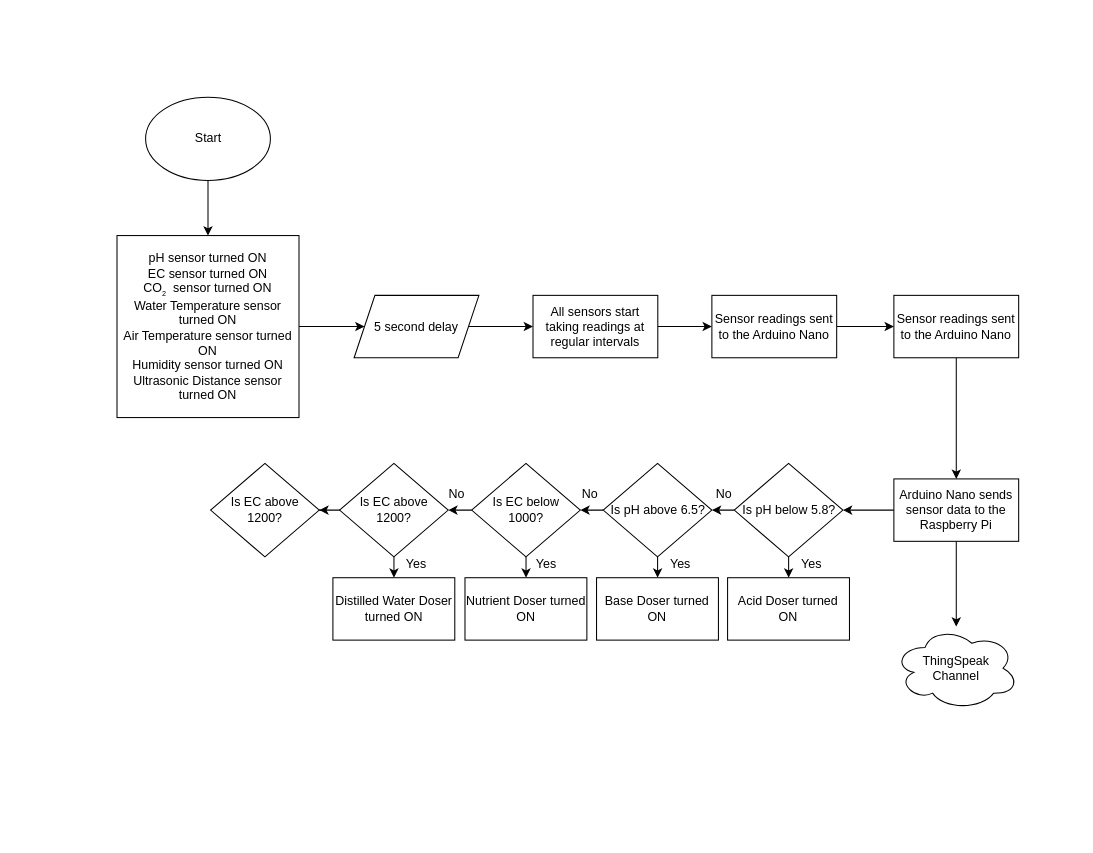
MSIChowdhury/Design-of-an-IoT-enabled-Scalable-Closed-Hydroponics-System-with-Intelligent-Parameter-Control-and-P keeps this draw.io diagram as page "Page-2" (2 of 2) of Figures for the Report/Flow Chart for Automated System.drawio. Above is the earlier version. Source tidied: cells renumbered, new cells numbered last; positions are measured from the earlier drawing's top-left corner, leaving out a move shared by most shapes. Both pictures are drawn from the tidied source at 104%, with x=0, y=0 at pixel (116, 97).
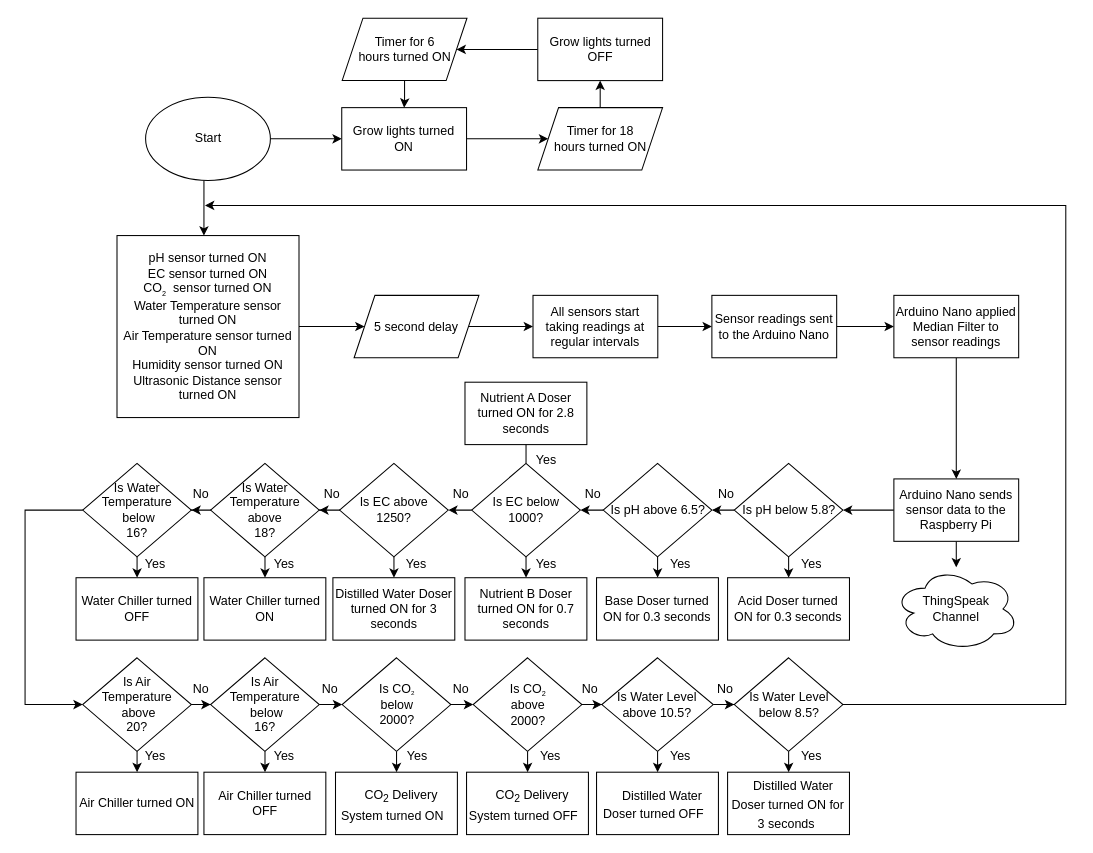
After the change.

The change refers to these unchanged cells:
```xml
<mxCell id="3" value="Start" style="ellipse;whiteSpace=wrap;html=1;" parent="1" vertex="1">
  <mxGeometry x="27.5" width="120" height="80" as="geometry" />
</mxCell>
<mxCell id="5" value="pH sensor turned ON&lt;br&gt;EC sensor turned ON&lt;br&gt;CO&lt;sub style=&quot;font-size: 7px;&quot;&gt;2&lt;/sub&gt;&lt;font style=&quot;font-size: 12px;&quot;&gt;&amp;nbsp;&lt;/font&gt;&lt;font style=&quot;font-size: 12px;&quot;&gt;&amp;nbsp;sensor turned ON&lt;br&gt;Water Temperature sensor turned ON&lt;br&gt;Air Temperature sensor turned ON&lt;br&gt;Humidity sensor turned ON&lt;br&gt;Ultrasonic Distance sensor turned ON&lt;br&gt;&lt;/font&gt;" style="whiteSpace=wrap;html=1;" parent="1" vertex="1">
  <mxGeometry y="133" width="175" height="175" as="geometry" />
</mxCell>
<mxCell id="28" value="Is EC below &lt;br&gt;1000?" style="rhombus;whiteSpace=wrap;html=1;" parent="1" vertex="1">
  <mxGeometry x="341" y="352" width="104.5" height="90" as="geometry" />
</mxCell>
```

The edit, as a diff of the source:
```diff
@@
-    <mxCell id="2" style="edgeStyle=orthogonalEdgeStyle;rounded=0;jettySize=auto;html=1;" parent="1" edge="1" source="3" target="5">
-      <mxGeometry relative="1" as="geometry" />
+    <mxCell id="2" style="edgeStyle=orthogonalEdgeStyle;rounded=0;orthogonalLoop=1;jettySize=auto;html=1;" parent="1" edge="1">
+      <mxGeometry relative="1" as="geometry">
+        <mxPoint x="83.6" y="80" as="sourcePoint" />
+        <mxPoint x="83.6" y="133" as="targetPoint" />
+      </mxGeometry>
     </mxCell>
+    <mxCell id="42" style="edgeStyle=orthogonalEdgeStyle;rounded=0;jettySize=auto;html=1;" parent="1" edge="1" source="3" target="96">
+      <mxGeometry relative="1" as="geometry" />
+    </mxCell>
@@
-    <mxCell id="13" value="Sensor readings sent to the Arduino Nano" style="rounded=0;whiteSpace=wrap;html=1;" parent="1" vertex="1">
+    <mxCell id="13" value="Arduino Nano applied Median Filter to sensor readings" style="rounded=0;whiteSpace=wrap;html=1;" parent="1" vertex="1">
       <mxGeometry x="747" y="190.5" width="120" height="60" as="geometry" />
     </mxCell>
@@
     <mxCell id="17" value="ThingSpeak &lt;br&gt;Channel" style="ellipse;shape=cloud;whiteSpace=wrap;html=1;" parent="1" vertex="1">
-      <mxGeometry x="747" y="509" width="120" height="80" as="geometry" />
+      <mxGeometry x="747" y="452" width="120" height="80" as="geometry" />
     </mxCell>
@@
-    <mxCell id="21" value="Acid Doser turned ON" style="rounded=0;whiteSpace=wrap;html=1;" parent="1" vertex="1">
+    <mxCell id="21" value="Acid Doser turned ON for 0.3 seconds" style="rounded=0;whiteSpace=wrap;html=1;" parent="1" vertex="1">
       <mxGeometry x="587.1" y="462" width="117.2" height="60" as="geometry" />
     </mxCell>
@@
-    <mxCell id="25" value="Base Doser turned ON" style="rounded=0;whiteSpace=wrap;html=1;" parent="1" vertex="1">
+    <mxCell id="25" value="Base Doser turned ON&amp;nbsp;for 0.3 seconds" style="rounded=0;whiteSpace=wrap;html=1;" parent="1" vertex="1">
       <mxGeometry x="461.1" y="462" width="117.2" height="60" as="geometry" />
     </mxCell>
@@
+    <mxCell id="43" style="edgeStyle=orthogonalEdgeStyle;rounded=0;jettySize=auto;html=1;" parent="1" edge="1" source="28" target="82">
+      <mxGeometry relative="1" as="geometry" />
+    </mxCell>
@@
-    <mxCell id="29" value="Nutrient Doser turned ON" style="rounded=0;whiteSpace=wrap;html=1;" parent="1" vertex="1">
+    <mxCell id="29" value="&lt;br&gt;Nutrient B Doser turned ON&amp;nbsp;for 0.7 seconds&lt;br&gt;&amp;nbsp;" style="rounded=0;whiteSpace=wrap;html=1;" parent="1" vertex="1">
       <mxGeometry x="334.6" y="462" width="117.2" height="60" as="geometry" />
     </mxCell>
@@
-    <mxCell id="32" value="Is EC above&lt;br&gt;1200?" style="rhombus;whiteSpace=wrap;html=1;" parent="1" vertex="1">
+    <mxCell id="32" value="Is EC above&lt;br&gt;1250?" style="rhombus;whiteSpace=wrap;html=1;" parent="1" vertex="1">
       <mxGeometry x="214" y="352" width="104.5" height="90" as="geometry" />
     </mxCell>
@@
     <mxCell id="34" value="No" style="text;html=1;strokeColor=none;fillColor=none;align=center;verticalAlign=middle;whiteSpace=wrap;rounded=0;" parent="1" vertex="1">
-      <mxGeometry x="554" y="367" width="60" height="30" as="geometry" />
+      <mxGeometry x="556" y="367" width="60" height="30" as="geometry" />
     </mxCell>
     <mxCell id="35" value="No" style="text;html=1;strokeColor=none;fillColor=none;align=center;verticalAlign=middle;whiteSpace=wrap;rounded=0;" parent="1" vertex="1">
-      <mxGeometry x="425" y="367" width="60" height="30" as="geometry" />
+      <mxGeometry x="428" y="367" width="60" height="30" as="geometry" />
     </mxCell>
     <mxCell id="36" value="No" style="text;html=1;strokeColor=none;fillColor=none;align=center;verticalAlign=middle;whiteSpace=wrap;rounded=0;" parent="1" vertex="1">
-      <mxGeometry x="297" y="367" width="60" height="30" as="geometry" />
+      <mxGeometry x="301" y="367" width="60" height="30" as="geometry" />
     </mxCell>
@@
-    <mxCell id="39" value="Distilled Water Doser turned ON" style="rounded=0;whiteSpace=wrap;html=1;" parent="1" vertex="1">
+    <mxCell id="39" value="Distilled Water Doser turned ON for 3 seconds" style="rounded=0;whiteSpace=wrap;html=1;" parent="1" vertex="1">
       <mxGeometry x="207.6" y="462" width="117.2" height="60" as="geometry" />
     </mxCell>
@@
+    <mxCell id="44" style="edgeStyle=orthogonalEdgeStyle;rounded=0;jettySize=auto;html=1;" parent="1" edge="1" source="41" target="46">
+      <mxGeometry relative="1" as="geometry" />
+    </mxCell>
+    <mxCell id="45" style="edgeStyle=orthogonalEdgeStyle;rounded=0;jettySize=auto;html=1;" parent="1" edge="1" source="41" target="50">
+      <mxGeometry relative="1" as="geometry" />
+    </mxCell>
-    <mxCell id="41" value="Is EC above&lt;br&gt;1200?" style="rhombus;whiteSpace=wrap;html=1;" parent="1" vertex="1">
+    <mxCell id="41" value="Is Water Temperature above&lt;br&gt;18?" style="rhombus;whiteSpace=wrap;html=1;" parent="1" vertex="1">
       <mxGeometry x="90" y="352" width="104.5" height="90" as="geometry" />
     </mxCell>
+    <mxCell id="46" value="Water Chiller turned ON" style="rounded=0;whiteSpace=wrap;html=1;" parent="1" vertex="1">
+      <mxGeometry x="83.6" y="462" width="117.2" height="60" as="geometry" />
+    </mxCell>
+    <mxCell id="47" value="Yes" style="text;html=1;strokeColor=none;fillColor=none;align=center;verticalAlign=middle;whiteSpace=wrap;rounded=0;" parent="1" vertex="1">
+      <mxGeometry x="131" y="434" width="60" height="30" as="geometry" />
+    </mxCell>
+    <mxCell id="48" value="No" style="text;html=1;strokeColor=none;fillColor=none;align=center;verticalAlign=middle;whiteSpace=wrap;rounded=0;" parent="1" vertex="1">
+      <mxGeometry x="177" y="367" width="60" height="30" as="geometry" />
+    </mxCell>
+    <mxCell id="49" style="edgeStyle=orthogonalEdgeStyle;rounded=0;jettySize=auto;html=1;" parent="1" edge="1" source="50" target="51">
+      <mxGeometry relative="1" as="geometry" />
+    </mxCell>
+    <mxCell id="50" value="Is Water Temperature&lt;br&gt;&amp;nbsp;below&lt;br&gt;16?" style="rhombus;whiteSpace=wrap;html=1;" parent="1" vertex="1">
+      <mxGeometry x="-33" y="352" width="104.5" height="90" as="geometry" />
+    </mxCell>
+    <mxCell id="51" value="Water Chiller turned OFF" style="rounded=0;whiteSpace=wrap;html=1;" parent="1" vertex="1">
+      <mxGeometry x="-39.4" y="462" width="117.2" height="60" as="geometry" />
+    </mxCell>
+    <mxCell id="52" value="No" style="text;html=1;strokeColor=none;fillColor=none;align=center;verticalAlign=middle;whiteSpace=wrap;rounded=0;" parent="1" vertex="1">
+      <mxGeometry x="51" y="367" width="60" height="30" as="geometry" />
+    </mxCell>
+    <mxCell id="53" value="Yes" style="text;html=1;strokeColor=none;fillColor=none;align=center;verticalAlign=middle;whiteSpace=wrap;rounded=0;" parent="1" vertex="1">
+      <mxGeometry x="7" y="434" width="60" height="30" as="geometry" />
+    </mxCell>
+    <mxCell id="54" style="edgeStyle=orthogonalEdgeStyle;rounded=0;jettySize=auto;html=1;" parent="1" edge="1" source="56" target="58">
+      <mxGeometry relative="1" as="geometry" />
+    </mxCell>
+    <mxCell id="55" style="edgeStyle=orthogonalEdgeStyle;rounded=0;jettySize=auto;html=1;" parent="1" edge="1" source="56" target="61">
+      <mxGeometry relative="1" as="geometry" />
+    </mxCell>
+    <mxCell id="56" value="Is Air &lt;br&gt;Temperature&lt;br&gt;&amp;nbsp;above&lt;br&gt;20?" style="rhombus;whiteSpace=wrap;html=1;" parent="1" vertex="1">
+      <mxGeometry x="-33" y="539" width="104.5" height="90" as="geometry" />
+    </mxCell>
+    <mxCell id="57" style="endArrow=classic;html=1;rounded=0;exitX=0;exitY=0.5;exitDx=0;exitDy=0;entryX=0;entryY=0.5;entryDx=0;entryDy=0;" parent="1" edge="1" source="50" target="56">
+      <mxGeometry relative="1" as="geometry">
+        <Array as="points">
+          <mxPoint x="-88.4" y="397" />
+          <mxPoint x="-88.4" y="584" />
+        </Array>
+      </mxGeometry>
+    </mxCell>
+    <mxCell id="58" value="Air Chiller turned ON" style="rounded=0;whiteSpace=wrap;html=1;" parent="1" vertex="1">
+      <mxGeometry x="-39.4" y="649" width="117.2" height="60" as="geometry" />
+    </mxCell>
+    <mxCell id="59" style="edgeStyle=orthogonalEdgeStyle;rounded=0;jettySize=auto;html=1;" parent="1" edge="1" source="61" target="62">
+      <mxGeometry relative="1" as="geometry" />
+    </mxCell>
+    <mxCell id="60" style="edgeStyle=orthogonalEdgeStyle;rounded=0;jettySize=auto;html=1;" parent="1" edge="1" source="61" target="68">
+      <mxGeometry relative="1" as="geometry" />
+    </mxCell>
+    <mxCell id="61" value="Is Air &lt;br&gt;Temperature&lt;br&gt;&amp;nbsp;below&lt;br&gt;16?" style="rhombus;whiteSpace=wrap;html=1;" parent="1" vertex="1">
+      <mxGeometry x="90" y="539" width="104.5" height="90" as="geometry" />
+    </mxCell>
+    <mxCell id="62" value="Air Chiller turned OFF" style="rounded=0;whiteSpace=wrap;html=1;" parent="1" vertex="1">
+      <mxGeometry x="83.6" y="649" width="117.2" height="60" as="geometry" />
+    </mxCell>
+    <mxCell id="63" style="edgeStyle=orthogonalEdgeStyle;rounded=0;orthogonalLoop=1;jettySize=auto;html=1;" parent="1" edge="1">
+      <mxGeometry relative="1" as="geometry">
+        <mxPoint x="266.3" y="629" as="sourcePoint" />
+      </mxGeometry>
+    </mxCell>
+    <mxCell id="64" style="edgeStyle=orthogonalEdgeStyle;rounded=0;orthogonalLoop=1;jettySize=auto;html=1;" parent="1" edge="1">
+      <mxGeometry relative="1" as="geometry">
+        <mxPoint x="318.5" y="584" as="sourcePoint" />
+      </mxGeometry>
+    </mxCell>
+    <mxCell id="65" style="edgeStyle=orthogonalEdgeStyle;rounded=0;orthogonalLoop=1;jettySize=auto;html=1;" parent="1" edge="1">
+      <mxGeometry relative="1" as="geometry">
+        <mxPoint x="393.3" y="629" as="sourcePoint" />
+      </mxGeometry>
+    </mxCell>
+    <mxCell id="66" style="edgeStyle=orthogonalEdgeStyle;rounded=0;jettySize=auto;html=1;" parent="1" edge="1" source="68" target="71">
+      <mxGeometry relative="1" as="geometry" />
+    </mxCell>
+    <mxCell id="67" style="edgeStyle=orthogonalEdgeStyle;rounded=0;jettySize=auto;html=1;" parent="1" edge="1" source="68" target="72">
+      <mxGeometry relative="1" as="geometry" />
+    </mxCell>
+    <mxCell id="68" value="Is CO&lt;span style=&quot;font-size: 7px;&quot;&gt;&lt;sub style=&quot;font-size: 6px;&quot;&gt;2&lt;/sub&gt;&lt;/span&gt;&lt;br&gt;below&lt;br&gt;2000?" style="rhombus;whiteSpace=wrap;html=1;" parent="1" vertex="1">
+      <mxGeometry x="216.5" y="539" width="104.5" height="90" as="geometry" />
+    </mxCell>
+    <mxCell id="69" style="edgeStyle=orthogonalEdgeStyle;rounded=0;jettySize=auto;html=1;" parent="1" edge="1" source="71">
+      <mxGeometry relative="1" as="geometry">
+        <mxPoint x="394.8" y="649" as="targetPoint" />
+      </mxGeometry>
+    </mxCell>
+    <mxCell id="70" style="edgeStyle=orthogonalEdgeStyle;rounded=0;jettySize=auto;html=1;" parent="1" edge="1" source="71" target="78">
+      <mxGeometry relative="1" as="geometry" />
+    </mxCell>
+    <mxCell id="71" value="Is CO&lt;font size=&quot;1&quot;&gt;&lt;sub style=&quot;font-size: 7px;&quot;&gt;2&lt;/sub&gt;&lt;/font&gt;&lt;br&gt;above&lt;br&gt;2000?" style="rhombus;whiteSpace=wrap;html=1;" parent="1" vertex="1">
+      <mxGeometry x="342.5" y="539" width="104.5" height="90" as="geometry" />
+    </mxCell>
+    <mxCell id="72" value="&lt;sub style=&quot;&quot;&gt;&lt;font style=&quot;font-size: 12px;&quot;&gt;&amp;nbsp; &amp;nbsp;CO&lt;sub&gt;2&lt;/sub&gt;&amp;nbsp;Delivery System turned ON&amp;nbsp;&amp;nbsp;&lt;/font&gt;&lt;/sub&gt;" style="rounded=0;whiteSpace=wrap;html=1;" parent="1" vertex="1">
+      <mxGeometry x="210.1" y="649" width="117.2" height="60" as="geometry" />
+    </mxCell>
+    <mxCell id="73" value="&lt;sub style=&quot;&quot;&gt;&lt;font style=&quot;font-size: 12px;&quot;&gt;&amp;nbsp; &amp;nbsp;CO&lt;sub&gt;2&lt;/sub&gt;&amp;nbsp;Delivery System turned OFF&amp;nbsp;&amp;nbsp;&lt;/font&gt;&lt;/sub&gt;" style="rounded=0;whiteSpace=wrap;html=1;" parent="1" vertex="1">
+      <mxGeometry x="336.1" y="649" width="117.2" height="60" as="geometry" />
+    </mxCell>
+    <mxCell id="74" style="edgeStyle=orthogonalEdgeStyle;rounded=0;jettySize=auto;html=1;" parent="1" edge="1" source="75" target="79">
+      <mxGeometry relative="1" as="geometry" />
+    </mxCell>
+    <mxCell id="75" value="Is Water Level below 8.5?" style="rhombus;whiteSpace=wrap;html=1;" parent="1" vertex="1">
+      <mxGeometry x="593.5" y="539" width="104.5" height="90" as="geometry" />
+    </mxCell>
+    <mxCell id="76" style="edgeStyle=orthogonalEdgeStyle;rounded=0;jettySize=auto;html=1;" parent="1" edge="1" source="78" target="80">
+      <mxGeometry relative="1" as="geometry" />
+    </mxCell>
+    <mxCell id="77" style="edgeStyle=orthogonalEdgeStyle;rounded=0;jettySize=auto;html=1;" parent="1" edge="1" source="78" target="75">
+      <mxGeometry relative="1" as="geometry" />
+    </mxCell>
+    <mxCell id="78" value="Is Water Level above 10.5?" style="rhombus;whiteSpace=wrap;html=1;" parent="1" vertex="1">
+      <mxGeometry x="466.2" y="539" width="107.1" height="90" as="geometry" />
+    </mxCell>
+    <mxCell id="79" value="&lt;sub style=&quot;&quot;&gt;&lt;font style=&quot;font-size: 12px;&quot;&gt;&amp;nbsp; &amp;nbsp;Distilled Water Doser turned ON for 3 seconds&amp;nbsp;&lt;/font&gt;&lt;/sub&gt;" style="rounded=0;whiteSpace=wrap;html=1;" parent="1" vertex="1">
+      <mxGeometry x="587.1" y="649" width="117.2" height="60" as="geometry" />
+    </mxCell>
+    <mxCell id="80" value="&lt;sub style=&quot;&quot;&gt;&lt;font style=&quot;font-size: 12px;&quot;&gt;&amp;nbsp; &amp;nbsp;Distilled Water Doser turned OFF&amp;nbsp;&amp;nbsp;&lt;/font&gt;&lt;/sub&gt;" style="rounded=0;whiteSpace=wrap;html=1;" parent="1" vertex="1">
+      <mxGeometry x="461.1" y="649" width="117.2" height="60" as="geometry" />
+    </mxCell>
+    <mxCell id="81" style="endArrow=classic;html=1;rounded=0;exitX=1;exitY=0.5;exitDx=0;exitDy=0;" parent="1" edge="1" source="75">
+      <mxGeometry relative="1" as="geometry">
+        <mxPoint x="84.6" y="104" as="targetPoint" />
+        <Array as="points">
+          <mxPoint x="912.3" y="584" />
+          <mxPoint x="912.3" y="104" />
+        </Array>
+      </mxGeometry>
+    </mxCell>
+    <mxCell id="82" value="&lt;br&gt;Nutrient A Doser turned ON&amp;nbsp;for 2.8 seconds&lt;br&gt;&amp;nbsp;" style="rounded=0;whiteSpace=wrap;html=1;" parent="1" vertex="1">
+      <mxGeometry x="334.6" y="274" width="117.2" height="60" as="geometry" />
+    </mxCell>
+    <mxCell id="83" value="Yes" style="text;html=1;strokeColor=none;fillColor=none;align=center;verticalAlign=middle;whiteSpace=wrap;rounded=0;" parent="1" vertex="1">
+      <mxGeometry x="383" y="334" width="60" height="30" as="geometry" />
+    </mxCell>
+    <mxCell id="84" value="Yes" style="text;html=1;strokeColor=none;fillColor=none;align=center;verticalAlign=middle;whiteSpace=wrap;rounded=0;" parent="1" vertex="1">
+      <mxGeometry x="7" y="619" width="60" height="30" as="geometry" />
+    </mxCell>
+    <mxCell id="85" value="Yes" style="text;html=1;strokeColor=none;fillColor=none;align=center;verticalAlign=middle;whiteSpace=wrap;rounded=0;" parent="1" vertex="1">
+      <mxGeometry x="131" y="619" width="60" height="30" as="geometry" />
+    </mxCell>
+    <mxCell id="86" value="Yes" style="text;html=1;strokeColor=none;fillColor=none;align=center;verticalAlign=middle;whiteSpace=wrap;rounded=0;" parent="1" vertex="1">
+      <mxGeometry x="258.5" y="619" width="60" height="30" as="geometry" />
+    </mxCell>
+    <mxCell id="87" value="Yes" style="text;html=1;strokeColor=none;fillColor=none;align=center;verticalAlign=middle;whiteSpace=wrap;rounded=0;" parent="1" vertex="1">
+      <mxGeometry x="387" y="619" width="60" height="30" as="geometry" />
+    </mxCell>
+    <mxCell id="88" value="Yes" style="text;html=1;strokeColor=none;fillColor=none;align=center;verticalAlign=middle;whiteSpace=wrap;rounded=0;" parent="1" vertex="1">
+      <mxGeometry x="512" y="619" width="60" height="30" as="geometry" />
+    </mxCell>
+    <mxCell id="89" value="Yes" style="text;html=1;strokeColor=none;fillColor=none;align=center;verticalAlign=middle;whiteSpace=wrap;rounded=0;" parent="1" vertex="1">
+      <mxGeometry x="638" y="619" width="60" height="30" as="geometry" />
+    </mxCell>
+    <mxCell id="90" value="No" style="text;html=1;strokeColor=none;fillColor=none;align=center;verticalAlign=middle;whiteSpace=wrap;rounded=0;" parent="1" vertex="1">
+      <mxGeometry x="51" y="554" width="60" height="30" as="geometry" />
+    </mxCell>
+    <mxCell id="91" value="No" style="text;html=1;strokeColor=none;fillColor=none;align=center;verticalAlign=middle;whiteSpace=wrap;rounded=0;" parent="1" vertex="1">
+      <mxGeometry x="175" y="554" width="60" height="30" as="geometry" />
+    </mxCell>
+    <mxCell id="92" value="No" style="text;html=1;strokeColor=none;fillColor=none;align=center;verticalAlign=middle;whiteSpace=wrap;rounded=0;" parent="1" vertex="1">
+      <mxGeometry x="301" y="554" width="60" height="30" as="geometry" />
+    </mxCell>
+    <mxCell id="93" value="No" style="text;html=1;strokeColor=none;fillColor=none;align=center;verticalAlign=middle;whiteSpace=wrap;rounded=0;" parent="1" vertex="1">
+      <mxGeometry x="424.6" y="554" width="60" height="30" as="geometry" />
+    </mxCell>
+    <mxCell id="94" value="No" style="text;html=1;strokeColor=none;fillColor=none;align=center;verticalAlign=middle;whiteSpace=wrap;rounded=0;" parent="1" vertex="1">
+      <mxGeometry x="554.6" y="554" width="60" height="30" as="geometry" />
+    </mxCell>
+    <mxCell id="95" style="edgeStyle=orthogonalEdgeStyle;rounded=0;jettySize=auto;html=1;" parent="1" edge="1" source="96" target="98">
+      <mxGeometry relative="1" as="geometry" />
+    </mxCell>
+    <mxCell id="96" value="Grow lights turned ON" style="rounded=0;whiteSpace=wrap;html=1;" parent="1" vertex="1">
+      <mxGeometry x="216.1" y="10" width="120" height="60" as="geometry" />
+    </mxCell>
+    <mxCell id="97" style="edgeStyle=orthogonalEdgeStyle;rounded=0;jettySize=auto;html=1;" parent="1" edge="1" source="98" target="100">
+      <mxGeometry relative="1" as="geometry" />
+    </mxCell>
+    <mxCell id="98" value="Timer for 18 &lt;br&gt;hours turned ON" style="shape=parallelogram;perimeter=parallelogramPerimeter;whiteSpace=wrap;html=1;fixedSize=1;" parent="1" vertex="1">
+      <mxGeometry x="404.6" y="10" width="120" height="60" as="geometry" />
+    </mxCell>
+    <mxCell id="99" style="edgeStyle=orthogonalEdgeStyle;rounded=0;jettySize=auto;html=1;" parent="1" edge="1" source="100" target="102">
+      <mxGeometry relative="1" as="geometry" />
+    </mxCell>
+    <mxCell id="100" value="Grow lights turned OFF" style="rounded=0;whiteSpace=wrap;html=1;" parent="1" vertex="1">
+      <mxGeometry x="404.6" y="-76" width="120" height="60" as="geometry" />
+    </mxCell>
+    <mxCell id="101" style="edgeStyle=orthogonalEdgeStyle;rounded=0;jettySize=auto;html=1;" parent="1" edge="1" source="102" target="96">
+      <mxGeometry relative="1" as="geometry" />
+    </mxCell>
+    <mxCell id="102" value="Timer for 6 &lt;br&gt;hours turned ON" style="shape=parallelogram;perimeter=parallelogramPerimeter;whiteSpace=wrap;html=1;fixedSize=1;" parent="1" vertex="1">
+      <mxGeometry x="216.5" y="-76" width="120" height="60" as="geometry" />
+    </mxCell>
```
